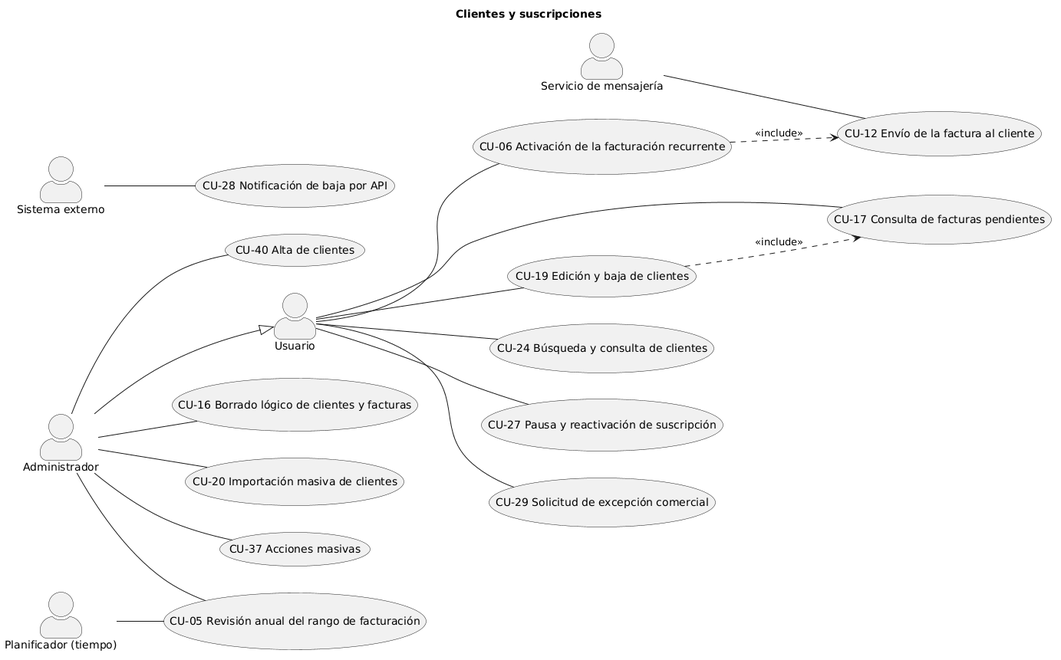
This is Diagramas/diagrama_completo/imagenes/diagrama3.png from EVerjanoPerez/Grupo-Al-khwarizmi, a PlantUML export, as it was before one commit.
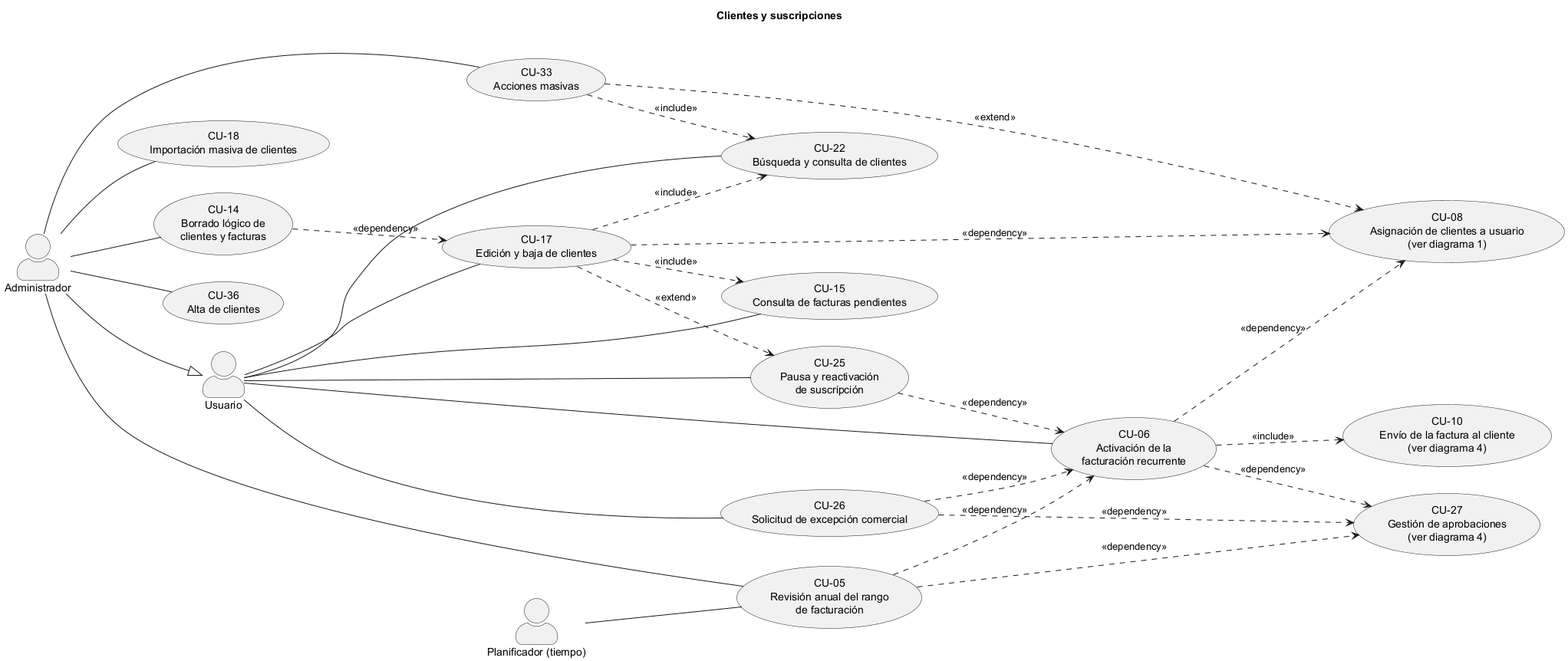
After the commit.

What changed in the source:
```diff
@@ -3,47 +3,54 @@
 left to right direction
 title Clientes y suscripciones
 
-actor :Usuario: as usuario
 actor :Administrador: as admin
 actor :Planificador (tiempo): as planificador
-actor :Sistema externo: as sistemaExterno
-actor :Servicio de mensajería: as mensajeria
-
-usecase (CU-05 Revisión anual del rango de facturación) as cu05
-usecase (CU-06 Activación de la facturación recurrente) as cu06
-usecase (CU-12 Envío de la factura al cliente) as cu12
-usecase (CU-16 Borrado lógico de clientes y facturas) as cu16
-usecase (CU-17 Consulta de facturas pendientes) as cu17
-usecase (CU-19 Edición y baja de clientes) as cu19
-usecase (CU-20 Importación masiva de clientes) as cu20
-usecase (CU-24 Búsqueda y consulta de clientes) as cu24
-usecase (CU-27 Pausa y reactivación de suscripción) as cu27
-usecase (CU-28 Notificación de baja por API) as cu28
-usecase (CU-29 Solicitud de excepción comercial) as cu29
-usecase (CU-37 Acciones masivas) as cu37
-usecase (CU-40 Alta de clientes) as cu40
+actor :Usuario: as usuario
 
 admin --|> usuario
+usecase "CU-18\nImportación masiva de clientes" as cu18
+usecase "CU-14\nBorrado lógico de\nclientes y facturas" as cu14
+usecase "CU-27\nGestión de aprobaciones\n(ver diagrama 4)" as cu27
+usecase "CU-26\nSolicitud de excepción comercial" as cu26
+usecase "CU-25\nPausa y reactivación\nde suscripción" as cu25
+usecase "CU-08\nAsignación de clientes a usuario\n(ver diagrama 1)" as cu08
+usecase "CU-36\nAlta de clientes" as cu36
+usecase "CU-17\nEdición y baja de clientes" as cu17
+usecase "CU-33\nAcciones masivas" as cu33
+usecase "CU-06\nActivación de la\nfacturación recurrente" as cu06
+usecase "CU-10\nEnvío de la factura al cliente\n(ver diagrama 4)" as cu10
+usecase "CU-22\nBúsqueda y consulta de clientes" as cu22
+usecase "CU-05\nRevisión anual del rango\nde facturación" as cu05
+usecase "CU-15\nConsulta de facturas pendientes" as cu15
 
 usuario -- cu06
+usuario -- cu15
 usuario -- cu17
-usuario -- cu19
-usuario -- cu24
-usuario -- cu27
-usuario -- cu29
+usuario -- cu22
+usuario -- cu25
+usuario -- cu26
 
 admin -- cu05
-admin -- cu16
-admin -- cu20
-admin -- cu37
-admin -- cu40
+admin -- cu14
+admin -- cu18
+admin -- cu33
+admin -- cu36
 
 planificador -- cu05
 
-sistemaExterno -- cu28
-
-mensajeria -- cu12
-
-cu06 ..> cu12 : <<include>>
-cu19 ..> cu17 : <<include>>
+cu05 ..> cu06 : <<dependency>>
+cu05 ..> cu27 : <<dependency>>
+cu06 ..> cu08 : <<dependency>>
+cu06 ..> cu10 : <<include>>
+cu06 ..> cu27 : <<dependency>>
+cu14 ..> cu17 : <<dependency>>
+cu17 ..> cu08 : <<dependency>>
+cu17 ..> cu15 : <<include>>
+cu17 ..> cu22 : <<include>>
+cu17 ..> cu25 : <<extend>>
+cu25 ..> cu06 : <<dependency>>
+cu26 ..> cu06 : <<dependency>>
+cu26 ..> cu27 : <<dependency>>
+cu33 ..> cu08 : <<extend>>
+cu33 ..> cu22 : <<include>>
 @enduml
```
